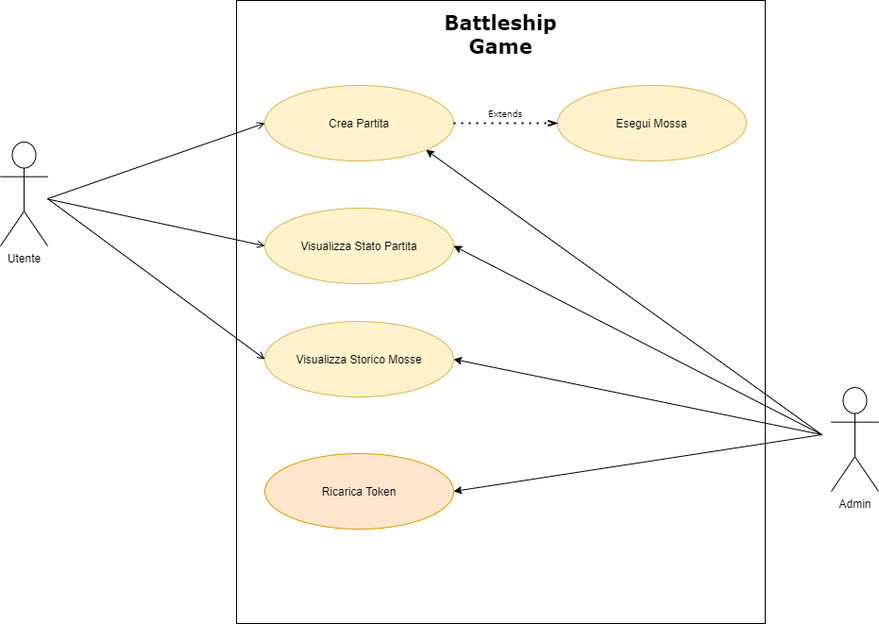
The draw.io diagram images/UseCases.png in MassimoCiaffoni/Progetto-Programmazione-Avanzata, before a commit. Source tidied: cells renumbered, new cells last; positions are measured from the earlier drawing's top-left corner, leaving out a move shared by most shapes.
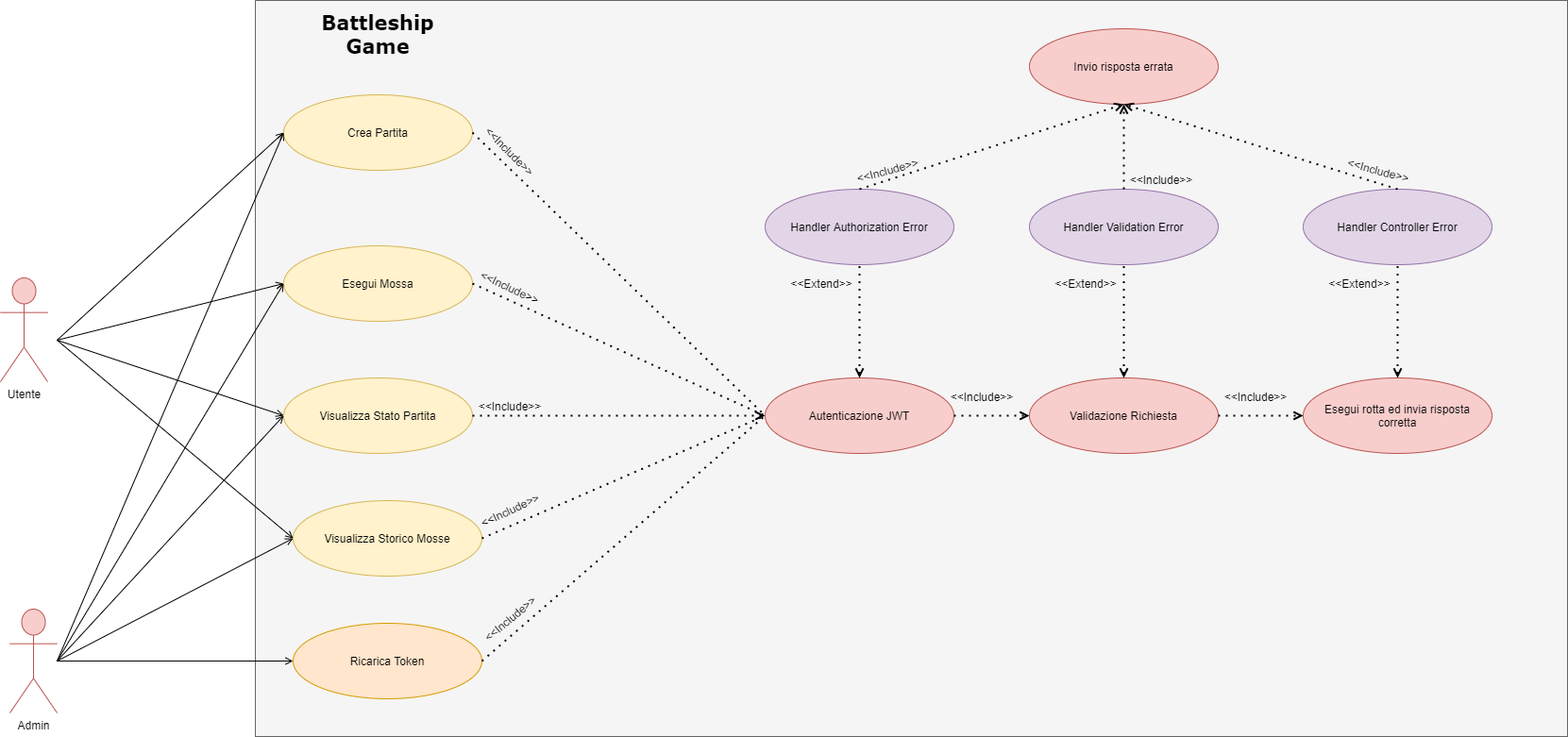
After the commit.

Change to the diagram source:
```diff
@@ -2,71 +2,177 @@
   <root>
     <mxCell id="0" />
     <mxCell id="1" parent="0" />
-    <mxCell id="2" style="rounded=0;whiteSpace=wrap;html=1;" parent="1" vertex="1">
-      <mxGeometry x="250" width="560" height="660" as="geometry" />
+    <mxCell id="2" style="rounded=0;whiteSpace=wrap;html=1;fillColor=#f5f5f5;strokeColor=#666666;fontColor=#333333;" parent="1" vertex="1">
+      <mxGeometry x="250" y="-10" width="1390" height="780" as="geometry" />
     </mxCell>
     <mxCell id="3" value="Crea Partita" style="ellipse;whiteSpace=wrap;html=1;fillColor=#fff2cc;strokeColor=#d6b656;" parent="1" vertex="1">
       <mxGeometry x="280" y="90" width="200" height="80" as="geometry" />
     </mxCell>
-    <mxCell id="4" value="Utente" style="shape=umlActor;verticalLabelPosition=bottom;verticalAlign=top;html=1;outlineConnect=0;" parent="1" vertex="1">
-      <mxGeometry y="150" width="50" height="110" as="geometry" />
+    <mxCell id="4" value="Utente" style="shape=umlActor;verticalLabelPosition=bottom;verticalAlign=top;html=1;outlineConnect=0;fillColor=#f8cecc;strokeColor=#b85450;" parent="1" vertex="1">
+      <mxGeometry x="-20" y="284" width="50" height="110" as="geometry" />
     </mxCell>
     <mxCell id="5" value="Esegui Mossa" style="ellipse;whiteSpace=wrap;html=1;fillColor=#fff2cc;strokeColor=#d6b656;" parent="1" vertex="1">
-      <mxGeometry x="590" y="90" width="200" height="80" as="geometry" />
+      <mxGeometry x="280" y="250" width="200" height="80" as="geometry" />
     </mxCell>
     <mxCell id="6" value="Visualizza Stato Partita" style="ellipse;whiteSpace=wrap;html=1;fillColor=#fff2cc;strokeColor=#d6b656;" parent="1" vertex="1">
-      <mxGeometry x="280" y="220" width="200" height="80" as="geometry" />
+      <mxGeometry x="280" y="390" width="200" height="80" as="geometry" />
     </mxCell>
     <mxCell id="7" value="Visualizza Storico Mosse" style="ellipse;whiteSpace=wrap;html=1;fillColor=#fff2cc;strokeColor=#d6b656;" parent="1" vertex="1">
-      <mxGeometry x="280" y="340" width="200" height="80" as="geometry" />
+      <mxGeometry x="290" y="520" width="200" height="80" as="geometry" />
     </mxCell>
     <mxCell id="8" value="Ricarica Token" style="ellipse;whiteSpace=wrap;html=1;fillColor=#ffe6cc;strokeColor=#d79b00;" parent="1" vertex="1">
-      <mxGeometry x="280" y="480" width="200" height="80" as="geometry" />
+      <mxGeometry x="290" y="650" width="200" height="80" as="geometry" />
     </mxCell>
-    <mxCell id="9" value="Admin" style="shape=umlActor;verticalLabelPosition=bottom;verticalAlign=top;html=1;outlineConnect=0;" parent="1" vertex="1">
-      <mxGeometry x="880" y="410" width="50" height="110" as="geometry" />
+    <mxCell id="9" value="Admin" style="shape=umlActor;verticalLabelPosition=bottom;verticalAlign=top;html=1;outlineConnect=0;fillColor=#f8cecc;strokeColor=#b85450;" parent="1" vertex="1">
+      <mxGeometry x="-10" y="635" width="50" height="110" as="geometry" />
     </mxCell>
     <mxCell id="10" value="&lt;b style=&quot;font-size: 21px;&quot;&gt;Battleship Game&lt;/b&gt;" style="text;html=1;strokeColor=none;fillColor=none;align=center;verticalAlign=middle;whiteSpace=wrap;rounded=0;fontFamily=Verdana;fontSize=21;" parent="1" vertex="1">
-      <mxGeometry x="480" y="10" width="100" height="50" as="geometry" />
+      <mxGeometry x="330" width="100" height="50" as="geometry" />
     </mxCell>
-    <mxCell id="11" style="endArrow=openThin;dashed=1;html=1;dashPattern=1 3;strokeWidth=2;fontFamily=Verdana;fontSize=21;exitX=1;exitY=0.5;exitDx=0;exitDy=0;entryX=0;entryY=0.5;entryDx=0;entryDy=0;startArrow=none;startFill=0;endFill=0;" parent="1" edge="1" source="3" target="5">
-      <mxGeometry relative="1" as="geometry" />
-    </mxCell>
     <mxCell id="12" style="endArrow=open;html=1;fontFamily=Verdana;fontSize=21;entryX=0;entryY=0.5;entryDx=0;entryDy=0;endFill=0;" parent="1" edge="1" target="3">
       <mxGeometry relative="1" as="geometry">
-        <mxPoint x="50" y="210" as="sourcePoint" />
+        <mxPoint x="40" y="350" as="sourcePoint" />
       </mxGeometry>
     </mxCell>
-    <mxCell id="13" style="endArrow=open;html=1;fontFamily=Verdana;fontSize=21;entryX=0;entryY=0.5;entryDx=0;entryDy=0;endFill=0;" parent="1" edge="1" source="4" target="6">
-      <mxGeometry relative="1" as="geometry" />
+    <mxCell id="13" style="endArrow=open;html=1;fontFamily=Verdana;fontSize=21;entryX=0;entryY=0.5;entryDx=0;entryDy=0;endFill=0;" parent="1" edge="1" target="6">
+      <mxGeometry relative="1" as="geometry">
+        <mxPoint x="40" y="350" as="sourcePoint" />
+      </mxGeometry>
     </mxCell>
     <mxCell id="14" style="endArrow=open;html=1;fontFamily=Verdana;fontSize=21;entryX=0;entryY=0.5;entryDx=0;entryDy=0;endFill=0;" parent="1" edge="1" target="7">
       <mxGeometry relative="1" as="geometry">
-        <mxPoint x="50" y="210" as="sourcePoint" />
+        <mxPoint x="40" y="350" as="sourcePoint" />
       </mxGeometry>
     </mxCell>
-    <mxCell id="15" value="&lt;font style=&quot;font-size: 9px&quot;&gt;Extends&lt;/font&gt;" style="text;html=1;strokeColor=none;fillColor=none;align=center;verticalAlign=middle;whiteSpace=wrap;rounded=0;fontFamily=Verdana;fontSize=21;" parent="1" vertex="1">
-      <mxGeometry x="520" y="110" width="30" height="10" as="geometry" />
-    </mxCell>
-    <mxCell id="16" style="endArrow=classic;html=1;fontFamily=Verdana;fontSize=21;entryX=1;entryY=1;entryDx=0;entryDy=0;" parent="1" edge="1" target="3">
-      <mxGeometry relative="1" as="geometry">
-        <mxPoint x="870" y="460" as="sourcePoint" />
-      </mxGeometry>
-    </mxCell>
-    <mxCell id="17" style="endArrow=classic;html=1;fontFamily=Verdana;fontSize=21;entryX=1;entryY=0.5;entryDx=0;entryDy=0;" parent="1" edge="1" target="6">
-      <mxGeometry relative="1" as="geometry">
-        <mxPoint x="870" y="460" as="sourcePoint" />
-      </mxGeometry>
-    </mxCell>
-    <mxCell id="18" style="endArrow=classic;html=1;fontFamily=Verdana;fontSize=21;entryX=1;entryY=0.5;entryDx=0;entryDy=0;" parent="1" edge="1" target="7">
-      <mxGeometry relative="1" as="geometry">
-        <mxPoint x="870" y="460" as="sourcePoint" />
-      </mxGeometry>
-    </mxCell>
-    <mxCell id="19" style="endArrow=classic;html=1;fontFamily=Verdana;fontSize=21;entryX=1;entryY=0.5;entryDx=0;entryDy=0;" parent="1" edge="1" target="8">
-      <mxGeometry relative="1" as="geometry">
-        <mxPoint x="870" y="460" as="sourcePoint" />
-      </mxGeometry>
-    </mxCell>
+    <mxCell id="20" value="Autenticazione JWT" style="ellipse;whiteSpace=wrap;html=1;fillColor=#f8cecc;strokeColor=#b85450;" parent="1" vertex="1">
+      <mxGeometry x="790" y="390" width="200" height="80" as="geometry" />
+    </mxCell>
+    <mxCell id="21" value="Validazione Richiesta" style="ellipse;whiteSpace=wrap;html=1;fillColor=#f8cecc;strokeColor=#b85450;" parent="1" vertex="1">
+      <mxGeometry x="1070" y="390" width="200" height="80" as="geometry" />
+    </mxCell>
+    <mxCell id="22" value="Esegui rotta ed invia risposta corretta" style="ellipse;whiteSpace=wrap;html=1;fillColor=#f8cecc;strokeColor=#b85450;" parent="1" vertex="1">
+      <mxGeometry x="1360" y="390" width="200" height="80" as="geometry" />
+    </mxCell>
+    <mxCell id="23" style="endArrow=open;html=1;entryX=0;entryY=0.5;entryDx=0;entryDy=0;endFill=0;" parent="1" edge="1" target="5">
+      <mxGeometry relative="1" as="geometry">
+        <mxPoint x="40" y="350" as="sourcePoint" />
+      </mxGeometry>
+    </mxCell>
+    <mxCell id="24" style="endArrow=open;html=1;entryX=0;entryY=0.5;entryDx=0;entryDy=0;endFill=0;" parent="1" edge="1" source="9" target="8">
+      <mxGeometry relative="1" as="geometry" />
+    </mxCell>
+    <mxCell id="25" style="endArrow=none;dashed=1;html=1;dashPattern=1 3;strokeWidth=2;exitX=1;exitY=0.5;exitDx=0;exitDy=0;entryX=0;entryY=0.5;entryDx=0;entryDy=0;endFill=0;" parent="1" edge="1" source="3" target="20">
+      <mxGeometry relative="1" as="geometry" />
+    </mxCell>
+    <mxCell id="26" style="endArrow=open;dashed=1;html=1;dashPattern=1 3;strokeWidth=2;exitX=1;exitY=0.5;exitDx=0;exitDy=0;entryX=0;entryY=0.5;entryDx=0;entryDy=0;endFill=0;" parent="1" edge="1" source="6" target="20">
+      <mxGeometry relative="1" as="geometry" />
+    </mxCell>
+    <mxCell id="27" value="&amp;lt;&amp;lt;Include&amp;gt;&amp;gt;" style="text;html=1;strokeColor=none;fillColor=none;align=center;verticalAlign=middle;whiteSpace=wrap;rounded=0;rotation=45;" parent="1" vertex="1">
+      <mxGeometry x="500" y="140" width="40" height="20" as="geometry" />
+    </mxCell>
+    <mxCell id="28" value="&amp;lt;&amp;lt;Include&amp;gt;&amp;gt;" style="text;html=1;strokeColor=none;fillColor=none;align=center;verticalAlign=middle;whiteSpace=wrap;rounded=0;rotation=25;" parent="1" vertex="1">
+      <mxGeometry x="500" y="284" width="40" height="20" as="geometry" />
+    </mxCell>
+    <mxCell id="29" value="&amp;lt;&amp;lt;Include&amp;gt;&amp;gt;" style="text;html=1;strokeColor=none;fillColor=none;align=center;verticalAlign=middle;whiteSpace=wrap;rounded=0;" parent="1" vertex="1">
+      <mxGeometry x="500" y="410" width="40" height="20" as="geometry" />
+    </mxCell>
+    <mxCell id="30" value="&amp;lt;&amp;lt;Include&amp;gt;&amp;gt;" style="text;html=1;strokeColor=none;fillColor=none;align=center;verticalAlign=middle;whiteSpace=wrap;rounded=0;rotation=-25;" parent="1" vertex="1">
+      <mxGeometry x="500" y="520" width="40" height="20" as="geometry" />
+    </mxCell>
+    <mxCell id="31" value="&amp;lt;&amp;lt;Include&amp;gt;&amp;gt;" style="text;html=1;strokeColor=none;fillColor=none;align=center;verticalAlign=middle;whiteSpace=wrap;rounded=0;rotation=-40;" parent="1" vertex="1">
+      <mxGeometry x="500" y="635" width="40" height="20" as="geometry" />
+    </mxCell>
+    <mxCell id="32" style="endArrow=open;dashed=1;html=1;dashPattern=1 3;strokeWidth=2;exitX=1;exitY=0.5;exitDx=0;exitDy=0;entryX=0;entryY=0.5;entryDx=0;entryDy=0;endFill=0;" parent="1" edge="1" source="20" target="21">
+      <mxGeometry relative="1" as="geometry" />
+    </mxCell>
+    <mxCell id="33" style="endArrow=open;dashed=1;html=1;dashPattern=1 3;strokeWidth=2;exitX=1;exitY=0.5;exitDx=0;exitDy=0;entryX=0;entryY=0.5;entryDx=0;entryDy=0;endFill=0;" parent="1" edge="1" source="21" target="22">
+      <mxGeometry relative="1" as="geometry" />
+    </mxCell>
+    <mxCell id="34" value="&amp;lt;&amp;lt;Include&amp;gt;&amp;gt;" style="text;html=1;strokeColor=none;fillColor=none;align=center;verticalAlign=middle;whiteSpace=wrap;rounded=0;" parent="1" vertex="1">
+      <mxGeometry x="1000" y="400" width="40" height="20" as="geometry" />
+    </mxCell>
+    <mxCell id="35" value="&amp;lt;&amp;lt;Include&amp;gt;&amp;gt;" style="text;html=1;strokeColor=none;fillColor=none;align=center;verticalAlign=middle;whiteSpace=wrap;rounded=0;" parent="1" vertex="1">
+      <mxGeometry x="1290" y="400" width="40" height="20" as="geometry" />
+    </mxCell>
+    <mxCell id="36" value="Handler Authorization Error" style="ellipse;whiteSpace=wrap;html=1;fillColor=#e1d5e7;strokeColor=#9673a6;" parent="1" vertex="1">
+      <mxGeometry x="790" y="190" width="200" height="80" as="geometry" />
+    </mxCell>
+    <mxCell id="37" value="Handler Validation Error" style="ellipse;whiteSpace=wrap;html=1;fillColor=#e1d5e7;strokeColor=#9673a6;" parent="1" vertex="1">
+      <mxGeometry x="1070" y="190" width="200" height="80" as="geometry" />
+    </mxCell>
+    <mxCell id="38" style="endArrow=none;dashed=1;html=1;dashPattern=1 3;strokeWidth=2;exitX=1;exitY=0.5;exitDx=0;exitDy=0;entryX=0;entryY=0.5;entryDx=0;entryDy=0;" parent="1" edge="1" source="8" target="20">
+      <mxGeometry relative="1" as="geometry" />
+    </mxCell>
+    <mxCell id="39" style="endArrow=none;dashed=1;html=1;dashPattern=1 3;strokeWidth=2;exitX=1;exitY=0.5;exitDx=0;exitDy=0;entryX=0;entryY=0.5;entryDx=0;entryDy=0;endFill=0;" parent="1" edge="1" source="5" target="20">
+      <mxGeometry relative="1" as="geometry" />
+    </mxCell>
+    <mxCell id="40" style="endArrow=none;dashed=1;html=1;dashPattern=1 3;strokeWidth=2;exitX=1;exitY=0.5;exitDx=0;exitDy=0;entryX=0;entryY=0.5;entryDx=0;entryDy=0;" parent="1" edge="1" source="7" target="20">
+      <mxGeometry relative="1" as="geometry" />
+    </mxCell>
+    <mxCell id="41" value="Handler Controller Error" style="ellipse;whiteSpace=wrap;html=1;fillColor=#e1d5e7;strokeColor=#9673a6;" parent="1" vertex="1">
+      <mxGeometry x="1360" y="190" width="200" height="80" as="geometry" />
+    </mxCell>
+    <mxCell id="42" value="Invio risposta errata" style="ellipse;whiteSpace=wrap;html=1;fillColor=#f8cecc;strokeColor=#b85450;" parent="1" vertex="1">
+      <mxGeometry x="1070" y="20" width="200" height="80" as="geometry" />
+    </mxCell>
+    <mxCell id="43" style="endArrow=open;dashed=1;html=1;dashPattern=1 3;strokeWidth=2;exitX=0.5;exitY=0;exitDx=0;exitDy=0;entryX=0.5;entryY=1;entryDx=0;entryDy=0;endFill=0;" parent="1" edge="1" source="36" target="42">
+      <mxGeometry relative="1" as="geometry" />
+    </mxCell>
+    <mxCell id="44" style="endArrow=open;dashed=1;html=1;dashPattern=1 3;strokeWidth=2;exitX=0.5;exitY=0;exitDx=0;exitDy=0;entryX=0.5;entryY=1;entryDx=0;entryDy=0;endFill=0;" parent="1" edge="1" source="37" target="42">
+      <mxGeometry relative="1" as="geometry" />
+    </mxCell>
+    <mxCell id="45" style="endArrow=open;dashed=1;html=1;dashPattern=1 3;strokeWidth=2;entryX=0.5;entryY=1;entryDx=0;entryDy=0;exitX=0.5;exitY=0;exitDx=0;exitDy=0;endFill=0;" parent="1" edge="1" source="41" target="42">
+      <mxGeometry relative="1" as="geometry" />
+    </mxCell>
+    <mxCell id="46" value="&amp;lt;&amp;lt;Include&amp;gt;&amp;gt;" style="text;html=1;strokeColor=none;fillColor=none;align=center;verticalAlign=middle;whiteSpace=wrap;rounded=0;rotation=-15;" parent="1" vertex="1">
+      <mxGeometry x="900" y="160" width="40" height="20" as="geometry" />
+    </mxCell>
+    <mxCell id="47" value="&amp;lt;&amp;lt;Include&amp;gt;&amp;gt;" style="text;html=1;strokeColor=none;fillColor=none;align=center;verticalAlign=middle;whiteSpace=wrap;rounded=0;" parent="1" vertex="1">
+      <mxGeometry x="1190" y="170" width="40" height="20" as="geometry" />
+    </mxCell>
+    <mxCell id="48" value="&amp;lt;&amp;lt;Include&amp;gt;&amp;gt;" style="text;html=1;strokeColor=none;fillColor=none;align=center;verticalAlign=middle;whiteSpace=wrap;rounded=0;rotation=15;" parent="1" vertex="1">
+      <mxGeometry x="1420" y="160" width="40" height="20" as="geometry" />
+    </mxCell>
+    <mxCell id="49" style="endArrow=none;dashed=1;html=1;dashPattern=1 3;strokeWidth=2;entryX=0.5;entryY=1;entryDx=0;entryDy=0;exitX=0.5;exitY=0;exitDx=0;exitDy=0;startArrow=open;startFill=0;" parent="1" edge="1" source="20" target="36">
+      <mxGeometry relative="1" as="geometry" />
+    </mxCell>
+    <mxCell id="50" style="endArrow=none;dashed=1;html=1;dashPattern=1 3;strokeWidth=2;entryX=0.5;entryY=1;entryDx=0;entryDy=0;exitX=0.5;exitY=0;exitDx=0;exitDy=0;startArrow=open;startFill=0;" parent="1" edge="1" source="21" target="37">
+      <mxGeometry relative="1" as="geometry" />
+    </mxCell>
+    <mxCell id="51" style="endArrow=none;dashed=1;html=1;dashPattern=1 3;strokeWidth=2;entryX=0.5;entryY=1;entryDx=0;entryDy=0;startArrow=open;startFill=0;" parent="1" edge="1" source="22" target="41">
+      <mxGeometry relative="1" as="geometry" />
+    </mxCell>
+    <mxCell id="52" value="&amp;lt;&amp;lt;Extend&amp;gt;&amp;gt;" style="text;html=1;strokeColor=none;fillColor=none;align=center;verticalAlign=middle;whiteSpace=wrap;rounded=0;" parent="1" vertex="1">
+      <mxGeometry x="830" y="280" width="40" height="20" as="geometry" />
+    </mxCell>
+    <mxCell id="53" value="&amp;lt;&amp;lt;Extend&amp;gt;&amp;gt;" style="text;html=1;strokeColor=none;fillColor=none;align=center;verticalAlign=middle;whiteSpace=wrap;rounded=0;" parent="1" vertex="1">
+      <mxGeometry x="1110" y="280" width="40" height="20" as="geometry" />
+    </mxCell>
+    <mxCell id="54" value="&amp;lt;&amp;lt;Extend&amp;gt;&amp;gt;" style="text;html=1;strokeColor=none;fillColor=none;align=center;verticalAlign=middle;whiteSpace=wrap;rounded=0;" parent="1" vertex="1">
+      <mxGeometry x="1400" y="280" width="40" height="20" as="geometry" />
+    </mxCell>
+    <mxCell id="55" style="edgeStyle=orthogonalEdgeStyle;rounded=0;orthogonalLoop=1;jettySize=auto;html=1;exitX=0.5;exitY=1;exitDx=0;exitDy=0;startArrow=open;startFill=0;endArrow=open;endFill=0;" parent="1" edge="1" source="34" target="34">
+      <mxGeometry relative="1" as="geometry" />
+    </mxCell>
+    <mxCell id="56" style="endArrow=open;html=1;entryX=0;entryY=0.5;entryDx=0;entryDy=0;endFill=0;" parent="1" edge="1" target="7">
+      <mxGeometry relative="1" as="geometry">
+        <mxPoint x="40" y="690" as="sourcePoint" />
+      </mxGeometry>
+    </mxCell>
+    <mxCell id="57" style="endArrow=open;html=1;entryX=0;entryY=0.5;entryDx=0;entryDy=0;endFill=0;" parent="1" edge="1" target="6">
+      <mxGeometry relative="1" as="geometry">
+        <mxPoint x="40" y="690" as="sourcePoint" />
+      </mxGeometry>
+    </mxCell>
+    <mxCell id="58" style="endArrow=open;html=1;entryX=0;entryY=0.5;entryDx=0;entryDy=0;endFill=0;" parent="1" edge="1" target="5">
+      <mxGeometry relative="1" as="geometry">
+        <mxPoint x="40" y="690" as="sourcePoint" />
+      </mxGeometry>
+    </mxCell>
+    <mxCell id="59" style="endArrow=open;html=1;entryX=0;entryY=0.5;entryDx=0;entryDy=0;endFill=0;" parent="1" edge="1" target="3">
+      <mxGeometry relative="1" as="geometry">
+        <mxPoint x="40" y="690" as="sourcePoint" />
+      </mxGeometry>
+    </mxCell>
   </root>
 </mxGraphModel>
```
